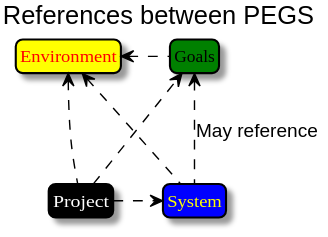
Earlier version of the PlantUML export images/links.svg (FormalRequirements/requirements-handbook-companion). The source it was exported from:
```plantuml
@startuml

!include config.cfg

title References between PEGS


!define GREEN TECHNOLOGY
!define BLUE Blue
!define YELLOW Yellow
!define BLACK Black

together {
class E as "Environment" <<Environment>>
class G as "Goals" <<Goals>>
}
class P as "Project" <<Project>>
class S as "System" <<System>>

E <.. P
E <. G
P .> S
P ..> G
E <.. S
G <.. S : May reference

@enduml
```
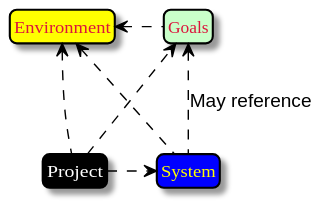
The same file after the commit.

What changed in the source:
```diff
@@ -2,13 +2,8 @@
 
 !include config.cfg
 
-title References between PEGS
 
 
-!define GREEN TECHNOLOGY
-!define BLUE Blue
-!define YELLOW Yellow
-!define BLACK Black
 
 together {
 class E as "Environment" <<Environment>>
```
